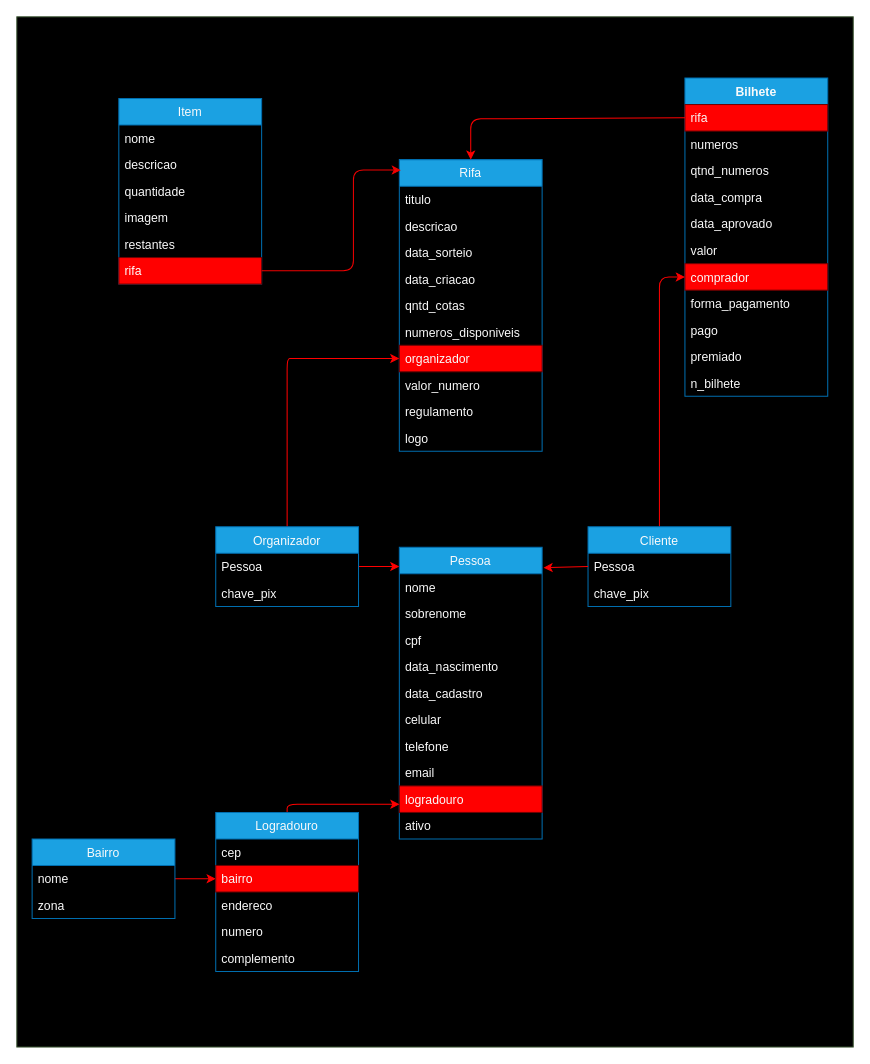
Juzeka/Rifaae keeps this draw.io diagram as page "relacionamento_db" (1 of 2) of relacionamento.drawio. Above is the earlier version. Source tidied: cells renumbered, new cells numbered last; positions are measured from the earlier drawing's top-left corner, leaving out a move shared by most shapes. Both pictures are drawn from the tidied source at 102%, with x=0, y=0 at pixel (16, 16).
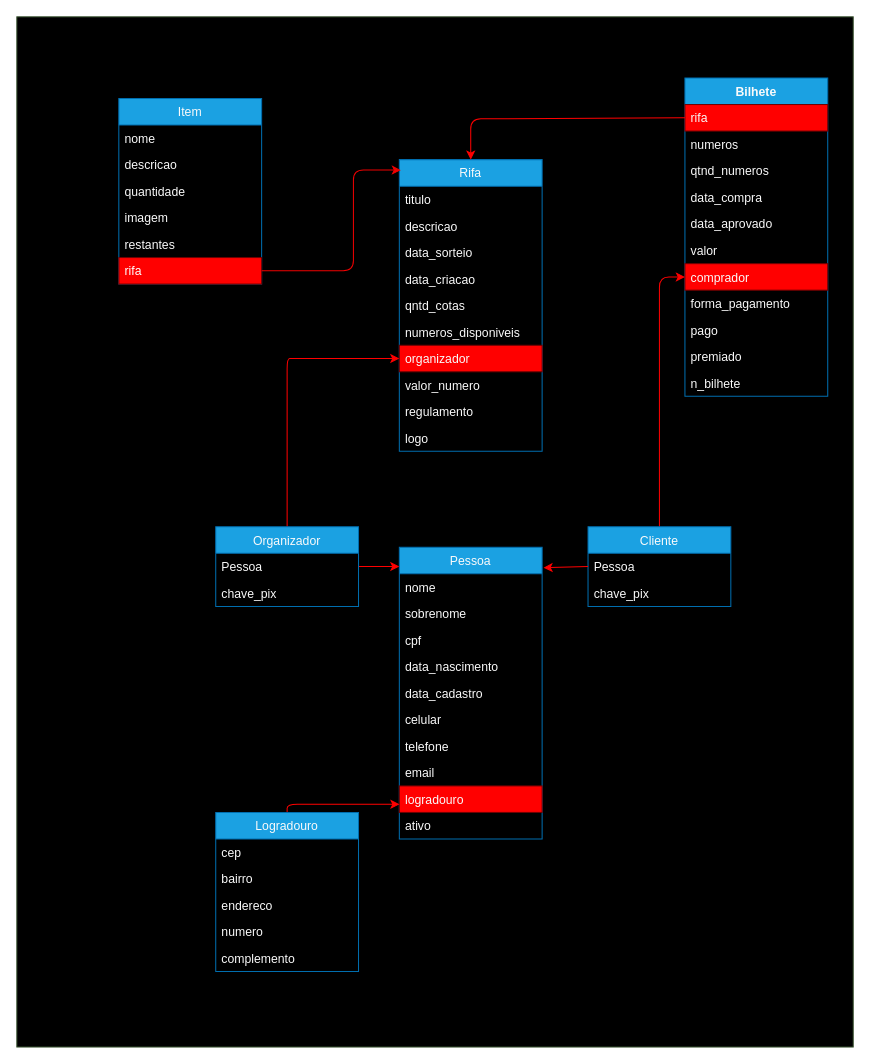
The same page after the edit.

Unchanged cells that the change refers to:
```xml
<mxCell id="50" value="Logradouro" style="swimlane;fontStyle=0;horizontal=1;startSize=26;fillColor=#1ba1e2;strokeColor=#006EAF;fontColor=#FAFAFA;" parent="1" vertex="1">
  <mxGeometry x="195" y="780" width="140" height="156" as="geometry" />
</mxCell>
```

The edit, as a diff of the source:
```diff
@@
-    <mxCell id="45" style="edgeStyle=none;html=1;entryX=0;entryY=0.5;entryDx=0;entryDy=0;fillColor=#a20025;strokeColor=#FF0000;fontColor=#FAFAFA;" parent="1" edge="1" source="46" target="52">
-      <mxGeometry relative="1" as="geometry" />
-    </mxCell>
-    <mxCell id="46" value="Bairro" style="swimlane;fontStyle=0;horizontal=1;startSize=26;fillColor=#1ba1e2;fontColor=#FAFAFA;strokeColor=#006EAF;" parent="1" vertex="1">
-      <mxGeometry x="15" y="806" width="140" height="78" as="geometry" />
-    </mxCell>
-    <mxCell id="47" value="nome" style="text;strokeColor=none;fillColor=none;align=left;verticalAlign=top;spacingLeft=4;spacingRight=4;overflow=hidden;fontColor=#FAFAFA;" parent="46" vertex="1">
-      <mxGeometry y="26" width="140" height="26" as="geometry" />
-    </mxCell>
-    <mxCell id="48" value="zona" style="text;strokeColor=none;fillColor=none;align=left;verticalAlign=top;spacingLeft=4;spacingRight=4;overflow=hidden;fontColor=#FAFAFA;" parent="46" vertex="1">
-      <mxGeometry y="52" width="140" height="26" as="geometry" />
-    </mxCell>
@@
-    <mxCell id="52" value="bairro" style="text;strokeColor=#6F0000;fillColor=#FF0000;align=left;verticalAlign=top;spacingLeft=4;spacingRight=4;overflow=hidden;points=[[0,0.5],[1,0.5]];portConstraint=eastwest;fontColor=#FAFAFA;" parent="50" vertex="1">
+    <mxCell id="52" value="bairro" style="text;strokeColor=none;fillColor=none;align=left;verticalAlign=top;spacingLeft=4;spacingRight=4;overflow=hidden;points=[[0,0.5],[1,0.5]];portConstraint=eastwest;fontColor=#FAFAFA;" parent="50" vertex="1">
       <mxGeometry y="52" width="140" height="26" as="geometry" />
     </mxCell>
```
